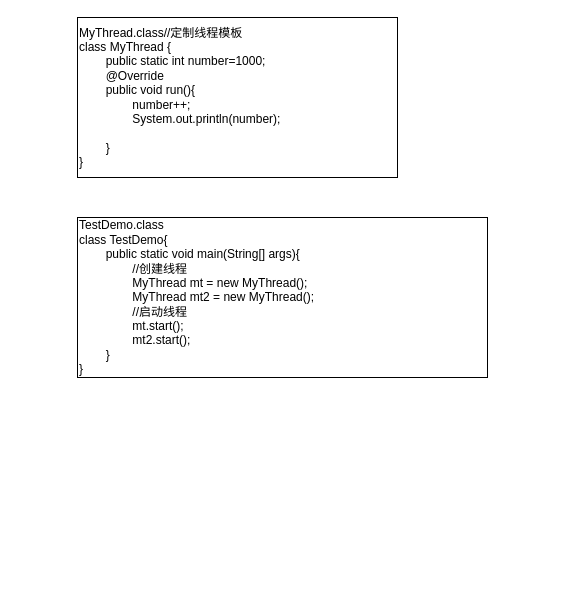
irelandpenguin/default keeps this draw.io diagram as photo/Thread类的使用.drawio. Above is the earlier version. Source tidied: cells renumbered, new cells numbered last; positions are measured from the earlier drawing's top-left corner, leaving out a move shared by most shapes. Both pictures are drawn from the tidied source at 100%, with x=0, y=0 at pixel (77, 17).
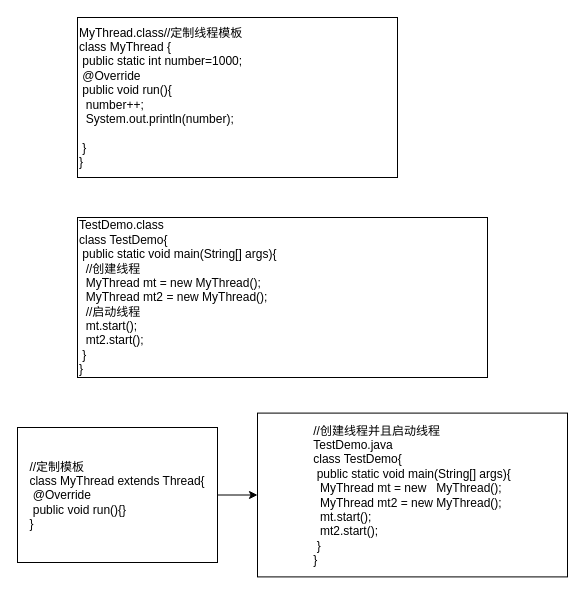
After the change.

Change to the diagram source:
```diff
@@
 <mxGraphModel>
   <root>
     <mxCell id="0" />
     <mxCell id="1" parent="0" />
-    <mxCell id="2" value="&lt;div&gt;&lt;span&gt;MyThread.class//定制线程模板&lt;/span&gt;&lt;/div&gt;&lt;div&gt;&lt;span&gt;class MyThread {&lt;/span&gt;&lt;/div&gt;&lt;div&gt;&lt;span&gt;&lt;span style=&quot;white-space: pre&quot;&gt;&#9;&lt;/span&gt;public static int number=1000;&lt;br&gt;&lt;/span&gt;&lt;/div&gt;&lt;span style=&quot;white-space: pre&quot;&gt;&lt;div&gt;&lt;span style=&quot;white-space: normal&quot;&gt;&lt;span style=&quot;white-space: pre&quot;&gt;&#9;&lt;/span&gt;@Override&lt;/span&gt;&lt;/div&gt;&lt;div&gt;&lt;/div&gt;&lt;div&gt;&lt;/div&gt;&lt;/span&gt;&lt;div&gt;&lt;span&gt;&lt;span style=&quot;white-space: pre&quot;&gt;&#9;&lt;/span&gt;public void run(){&lt;/span&gt;&lt;/div&gt;&lt;span style=&quot;white-space: pre&quot;&gt;&lt;div&gt;&lt;span style=&quot;white-space: normal&quot;&gt;&lt;span style=&quot;white-space: pre&quot;&gt;&#9;&lt;span style=&quot;white-space: pre&quot;&gt;&#9;&lt;/span&gt;n&lt;/span&gt;umber++;&lt;/span&gt;&lt;/div&gt;&lt;div&gt;&lt;span style=&quot;white-space: normal&quot;&gt;&lt;span style=&quot;white-space: pre&quot;&gt;&#9;&lt;/span&gt;&lt;span style=&quot;white-space: pre&quot;&gt;&#9;&lt;/span&gt;System.out.println(number);&lt;br&gt;&lt;/span&gt;&lt;/div&gt;&lt;div&gt;&lt;span style=&quot;white-space: normal&quot;&gt;&lt;br&gt;&lt;/span&gt;&lt;/div&gt;&lt;/span&gt;&lt;div&gt;&lt;span&gt;&lt;span style=&quot;white-space: pre&quot;&gt;&#9;&lt;/span&gt;}&lt;/span&gt;&lt;/div&gt;&lt;div&gt;&lt;span&gt;}&lt;/span&gt;&lt;/div&gt;" style="rounded=0;whiteSpace=wrap;html=1;align=left;" parent="1" vertex="1">
+    <mxCell id="2" value="&lt;div&gt;&lt;span&gt;MyThread.class//定制线程模板&lt;/span&gt;&lt;/div&gt;&lt;div&gt;&lt;span&gt;class MyThread {&lt;/span&gt;&lt;/div&gt;&lt;div&gt;&lt;span&gt;&lt;span style=&quot;white-space: pre&quot;&gt; &lt;/span&gt;public static int number=1000;&lt;br&gt;&lt;/span&gt;&lt;/div&gt;&lt;span style=&quot;white-space: pre&quot;&gt;&lt;div&gt;&lt;span style=&quot;white-space: normal&quot;&gt;&lt;span style=&quot;white-space: pre&quot;&gt; &lt;/span&gt;@Override&lt;/span&gt;&lt;/div&gt;&lt;div&gt;&lt;/div&gt;&lt;div&gt;&lt;/div&gt;&lt;/span&gt;&lt;div&gt;&lt;span&gt;&lt;span style=&quot;white-space: pre&quot;&gt; &lt;/span&gt;public void run(){&lt;/span&gt;&lt;/div&gt;&lt;span style=&quot;white-space: pre&quot;&gt;&lt;div&gt;&lt;span style=&quot;white-space: normal&quot;&gt;&lt;span style=&quot;white-space: pre&quot;&gt; &lt;span style=&quot;white-space: pre&quot;&gt; &lt;/span&gt;n&lt;/span&gt;umber++;&lt;/span&gt;&lt;/div&gt;&lt;div&gt;&lt;span style=&quot;white-space: normal&quot;&gt;&lt;span style=&quot;white-space: pre&quot;&gt; &lt;/span&gt;&lt;span style=&quot;white-space: pre&quot;&gt; &lt;/span&gt;System.out.println(number);&lt;br&gt;&lt;/span&gt;&lt;/div&gt;&lt;div&gt;&lt;span style=&quot;white-space: normal&quot;&gt;&lt;br&gt;&lt;/span&gt;&lt;/div&gt;&lt;/span&gt;&lt;div&gt;&lt;span&gt;&lt;span style=&quot;white-space: pre&quot;&gt; &lt;/span&gt;}&lt;/span&gt;&lt;/div&gt;&lt;div&gt;&lt;span&gt;}&lt;/span&gt;&lt;/div&gt;" style="rounded=0;whiteSpace=wrap;html=1;align=left;" parent="1" vertex="1">
       <mxGeometry width="320" height="160" as="geometry" />
     </mxCell>
-    <mxCell id="3" value="&lt;div&gt;&lt;span&gt;TestDemo.class&lt;/span&gt;&lt;/div&gt;&lt;div&gt;&lt;span&gt;class TestDemo{&lt;/span&gt;&lt;/div&gt;&lt;div&gt;&lt;span&gt;&lt;span style=&quot;white-space: pre&quot;&gt;&#9;&lt;/span&gt;public static void main(String[] args){&lt;/span&gt;&lt;/div&gt;&lt;div&gt;&lt;span&gt;&lt;span style=&quot;white-space: pre&quot;&gt;&#9;&lt;/span&gt;&lt;span style=&quot;white-space: pre&quot;&gt;&#9;&lt;/span&gt;//创建线程&lt;br&gt;&lt;/span&gt;&lt;/div&gt;&lt;div&gt;&lt;span&gt;&lt;span style=&quot;white-space: pre&quot;&gt;&#9;&lt;/span&gt;&lt;span style=&quot;white-space: pre&quot;&gt;&#9;&lt;/span&gt;MyThread mt = new MyThread();&lt;br&gt;&lt;/span&gt;&lt;/div&gt;&lt;div&gt;&lt;/div&gt;&lt;div&gt;&lt;span&gt;&lt;span style=&quot;white-space: pre&quot;&gt;&#9;&lt;/span&gt;&lt;span style=&quot;white-space: pre&quot;&gt;&#9;&lt;/span&gt;MyThread mt2 = new MyThread();&lt;br&gt;&lt;/span&gt;&lt;/div&gt;&lt;div&gt;&lt;span&gt;&lt;span style=&quot;white-space: pre&quot;&gt;&#9;&lt;/span&gt;&lt;span style=&quot;white-space: pre&quot;&gt;&#9;&lt;/span&gt;//启动线程&lt;br&gt;&lt;/span&gt;&lt;/div&gt;&lt;div&gt;&lt;span style=&quot;white-space: pre&quot;&gt;&#9;&lt;/span&gt;&lt;span style=&quot;white-space: pre&quot;&gt;&#9;&lt;/span&gt;mt.start();&lt;br&gt;&lt;/div&gt;&lt;div&gt;&lt;span style=&quot;white-space: pre&quot;&gt;&#9;&lt;/span&gt;&lt;span style=&quot;white-space: pre&quot;&gt;&#9;&lt;/span&gt;mt2.start();&lt;br&gt;&lt;/div&gt;&lt;div&gt;&lt;span&gt;&lt;span style=&quot;white-space: pre&quot;&gt;&#9;&lt;/span&gt;}&lt;/span&gt;&lt;/div&gt;&lt;div&gt;&lt;/div&gt;&lt;div&gt;&lt;span&gt;}&lt;/span&gt;&lt;/div&gt;" style="rounded=0;whiteSpace=wrap;html=1;align=left;" parent="1" vertex="1">
+    <mxCell id="3" value="&lt;div&gt;&lt;span&gt;TestDemo.class&lt;/span&gt;&lt;/div&gt;&lt;div&gt;&lt;span&gt;class TestDemo{&lt;/span&gt;&lt;/div&gt;&lt;div&gt;&lt;span&gt;&lt;span style=&quot;white-space: pre&quot;&gt; &lt;/span&gt;public static void main(String[] args){&lt;/span&gt;&lt;/div&gt;&lt;div&gt;&lt;span&gt;&lt;span style=&quot;white-space: pre&quot;&gt; &lt;/span&gt;&lt;span style=&quot;white-space: pre&quot;&gt; &lt;/span&gt;//创建线程&lt;br&gt;&lt;/span&gt;&lt;/div&gt;&lt;div&gt;&lt;span&gt;&lt;span style=&quot;white-space: pre&quot;&gt; &lt;/span&gt;&lt;span style=&quot;white-space: pre&quot;&gt; &lt;/span&gt;MyThread mt = new MyThread();&lt;br&gt;&lt;/span&gt;&lt;/div&gt;&lt;div&gt;&lt;/div&gt;&lt;div&gt;&lt;span&gt;&lt;span style=&quot;white-space: pre&quot;&gt; &lt;/span&gt;&lt;span style=&quot;white-space: pre&quot;&gt; &lt;/span&gt;MyThread mt2 = new MyThread();&lt;br&gt;&lt;/span&gt;&lt;/div&gt;&lt;div&gt;&lt;span&gt;&lt;span style=&quot;white-space: pre&quot;&gt; &lt;/span&gt;&lt;span style=&quot;white-space: pre&quot;&gt; &lt;/span&gt;//启动线程&lt;br&gt;&lt;/span&gt;&lt;/div&gt;&lt;div&gt;&lt;span style=&quot;white-space: pre&quot;&gt; &lt;/span&gt;&lt;span style=&quot;white-space: pre&quot;&gt; &lt;/span&gt;mt.start();&lt;br&gt;&lt;/div&gt;&lt;div&gt;&lt;span style=&quot;white-space: pre&quot;&gt; &lt;/span&gt;&lt;span style=&quot;white-space: pre&quot;&gt; &lt;/span&gt;mt2.start();&lt;br&gt;&lt;/div&gt;&lt;div&gt;&lt;span&gt;&lt;span style=&quot;white-space: pre&quot;&gt; &lt;/span&gt;}&lt;/span&gt;&lt;/div&gt;&lt;div&gt;&lt;/div&gt;&lt;div&gt;&lt;span&gt;}&lt;/span&gt;&lt;/div&gt;" style="rounded=0;whiteSpace=wrap;html=1;align=left;" parent="1" vertex="1">
       <mxGeometry y="200" width="410" height="160" as="geometry" />
     </mxCell>
+    <mxCell id="4" style="edgeStyle=orthogonalEdgeStyle;rounded=0;jettySize=auto;html=1;" parent="1" edge="1" source="5" target="6">
+      <mxGeometry relative="1" as="geometry" />
+    </mxCell>
+    <mxCell id="5" value="&lt;div style=&quot;text-align: left&quot;&gt;&lt;span&gt;//定制模板&lt;/span&gt;&lt;/div&gt;&lt;div style=&quot;text-align: left&quot;&gt;&lt;span&gt;class MyThread extends Thread{&lt;/span&gt;&lt;/div&gt;&lt;div style=&quot;text-align: left&quot;&gt;&lt;span&gt;&lt;span style=&quot;white-space: pre&quot;&gt; &lt;/span&gt;@Override&lt;/span&gt;&lt;/div&gt;&lt;div style=&quot;text-align: left&quot;&gt;&lt;span&gt;&lt;span style=&quot;white-space: pre&quot;&gt; &lt;/span&gt;public void run(){}&lt;/span&gt;&lt;/div&gt;&lt;div style=&quot;text-align: left&quot;&gt;&lt;span&gt;}&lt;/span&gt;&lt;/div&gt;" style="rounded=0;whiteSpace=wrap;html=1;" parent="1" vertex="1">
+      <mxGeometry x="-60" y="410" width="200" height="135" as="geometry" />
+    </mxCell>
+    <mxCell id="6" value="&lt;div style=&quot;text-align: left&quot;&gt;&lt;span&gt;//创建线程并且启动线程&lt;/span&gt;&lt;/div&gt;&lt;div style=&quot;text-align: left&quot;&gt;&lt;span&gt;TestDemo.java&lt;/span&gt;&lt;/div&gt;&lt;div style=&quot;text-align: left&quot;&gt;&lt;span&gt;class TestDemo{&lt;/span&gt;&lt;/div&gt;&lt;span style=&quot;white-space: pre&quot;&gt;&lt;div style=&quot;text-align: left&quot;&gt;&lt;span&gt; &lt;/span&gt;&lt;span style=&quot;white-space: normal&quot;&gt;public static void main(String[] args){&lt;/span&gt;&lt;/div&gt;&lt;/span&gt;&lt;span style=&quot;white-space: pre&quot;&gt;&lt;div style=&quot;text-align: left&quot;&gt;&lt;span&gt; &lt;/span&gt;&lt;span&gt; &lt;/span&gt;&lt;span&gt;MyThread mt = new   MyThread();&lt;/span&gt;&lt;/div&gt;&lt;div style=&quot;text-align: left&quot;&gt;&lt;span&gt;&lt;span style=&quot;white-space: pre&quot;&gt; &lt;/span&gt;&lt;span style=&quot;white-space: pre&quot;&gt; &lt;/span&gt;MyThread mt2 = new MyThread();&lt;/span&gt;&lt;/div&gt;&lt;div style=&quot;text-align: left&quot;&gt;&lt;span&gt;&lt;span style=&quot;white-space: pre&quot;&gt; &lt;/span&gt;&lt;span style=&quot;white-space: pre&quot;&gt; &lt;/span&gt;mt.start();&lt;/span&gt;&lt;/div&gt;&lt;div style=&quot;text-align: left&quot;&gt;&lt;span&gt;&lt;span style=&quot;white-space: pre&quot;&gt; &lt;/span&gt;&lt;span style=&quot;white-space: pre&quot;&gt; &lt;/span&gt;mt2.start(); &lt;/span&gt;&lt;/div&gt;&lt;/span&gt;&lt;div style=&quot;text-align: left&quot;&gt;&lt;span&gt;&lt;span style=&quot;white-space: pre&quot;&gt; &lt;/span&gt;}&lt;/span&gt;&lt;/div&gt;&lt;div style=&quot;text-align: left&quot;&gt;&lt;span&gt;}&lt;/span&gt;&lt;/div&gt;" style="whiteSpace=wrap;html=1;rounded=0;" parent="1" vertex="1">
+      <mxGeometry x="180" y="395.6" width="310" height="163.8" as="geometry" />
+    </mxCell>
   </root>
 </mxGraphModel>
```
